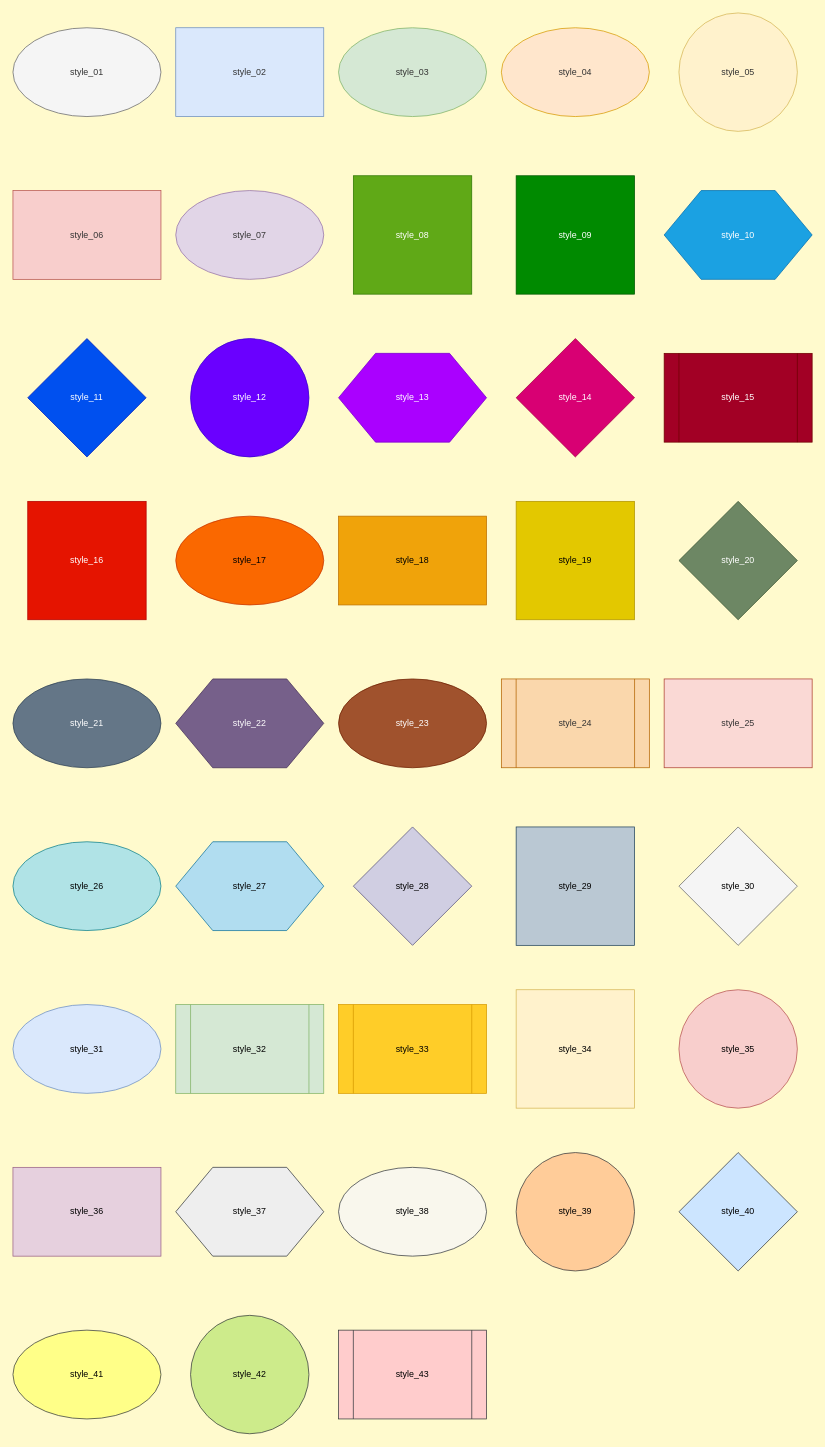
Earlier version of the draw.io diagram spec/.samples/drawio/25-themes.drawio (klueless-io/drawio_dsl). Source tidied: cells renumbered, new cells numbered last; positions are measured from the earlier drawing's top-left corner, leaving out a move shared by most shapes. Both pictures are drawn from the tidied source at 74%, with x=0, y=0 at pixel (13, 13).
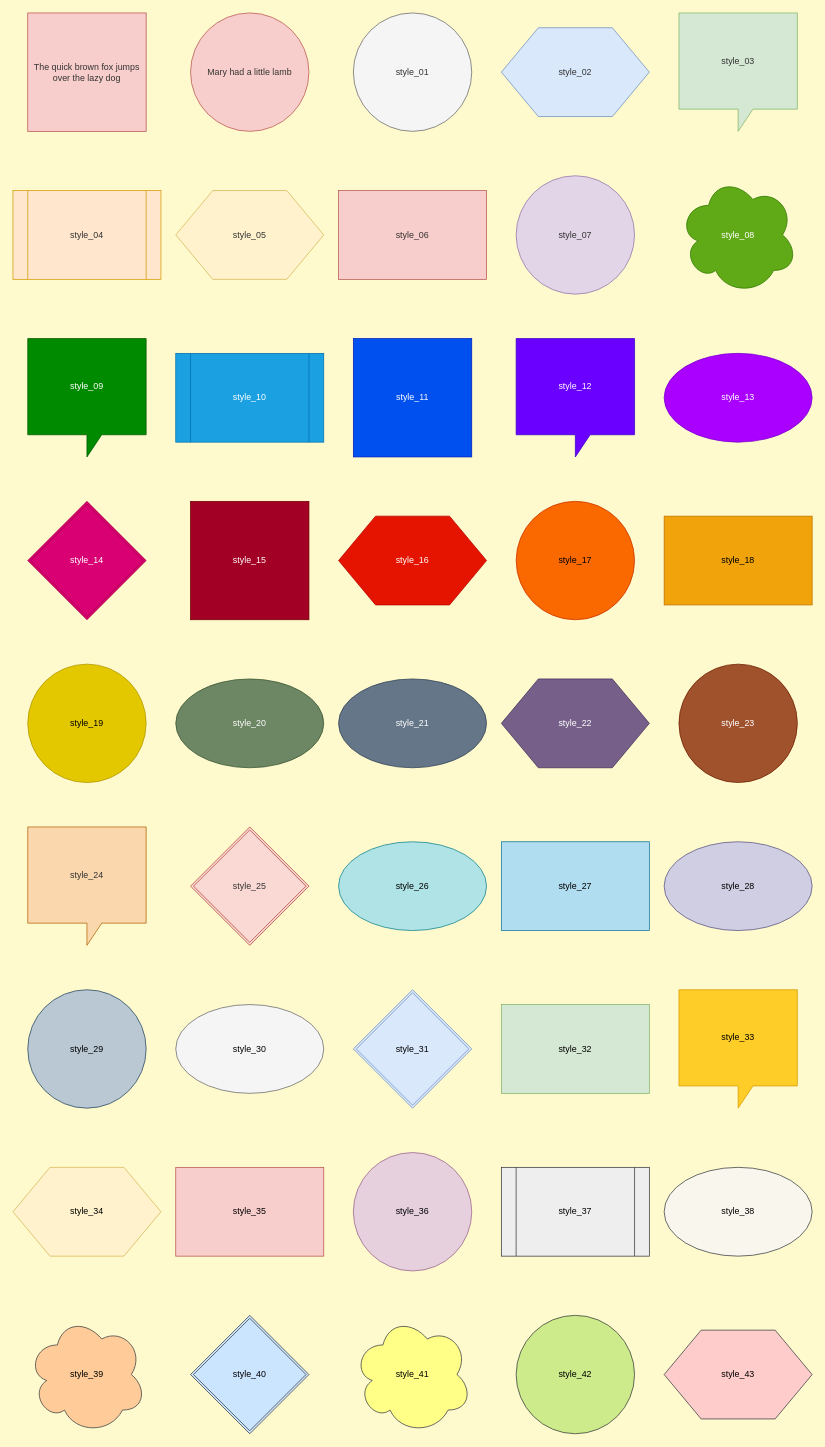
The same diagram, later.

Change to the diagram source:
```diff
@@
-    <mxCell id="0" />
-    <mxCell id="1" parent="0" />
+    <mxCell id="45" />
+    <mxCell id="46" parent="45" />
+    <mxCell id="47" value="The quick brown fox jumps over the lazy dog" style="whiteSpace=wrap;html=1;fillColor=#f8cecc;strokeColor=#b85450;fontColor=#333333;" parent="46" vertex="1">
+      <mxGeometry x="20" width="160" height="160" as="geometry" />
+    </mxCell>
+    <mxCell id="48" value="Mary had a little lamb" style="double=1;ellipse;whiteSpace=wrap;html=1;fillColor=#f8cecc;strokeColor=#b85450;fontColor=#333333;" parent="46" vertex="1">
+      <mxGeometry x="240" width="160" height="160" as="geometry" />
+    </mxCell>
-    <mxCell id="2" value="style_01" style="ellipse;whiteSpace=wrap;html=1;fillColor=#f5f5f5;strokeColor=#666666;fontColor=#333333;" parent="1" vertex="1">
-      <mxGeometry y="20" width="200" height="120" as="geometry" />
+    <mxCell id="2" value="style_01" style="double=1;ellipse;whiteSpace=wrap;html=1;fillColor=#f5f5f5;strokeColor=#666666;fontColor=#333333;" parent="46" vertex="1">
+      <mxGeometry x="460" width="160" height="160" as="geometry" />
     </mxCell>
-    <mxCell id="3" value="style_02" style="whiteSpace=wrap;html=1;fillColor=#dae8fc;strokeColor=#6c8ebf;fontColor=#333333;" parent="1" vertex="1">
-      <mxGeometry x="220" y="20" width="200" height="120" as="geometry" />
+    <mxCell id="3" value="style_02" style="double=1;shape=hexagon;whiteSpace=wrap;html=1;fillColor=#dae8fc;strokeColor=#6c8ebf;fontColor=#333333;" parent="46" vertex="1">
+      <mxGeometry x="660" y="20" width="200" height="120" as="geometry" />
     </mxCell>
-    <mxCell id="4" value="style_03" style="ellipse;whiteSpace=wrap;html=1;fillColor=#d5e8d4;strokeColor=#82b366;fontColor=#333333;" parent="1" vertex="1">
-      <mxGeometry x="440" y="20" width="200" height="120" as="geometry" />
+    <mxCell id="4" value="style_03" style="double=1;shape=callout;whiteSpace=wrap;html=1;fillColor=#d5e8d4;strokeColor=#82b366;fontColor=#333333;" parent="46" vertex="1">
+      <mxGeometry x="900" width="160" height="160" as="geometry" />
     </mxCell>
-    <mxCell id="5" value="style_04" style="ellipse;whiteSpace=wrap;html=1;fillColor=#ffe6cc;strokeColor=#d79b00;fontColor=#333333;" parent="1" vertex="1">
-      <mxGeometry x="660" y="20" width="200" height="120" as="geometry" />
+    <mxCell id="5" value="style_04" style="double=1;shape=process;whiteSpace=wrap;html=1;fillColor=#ffe6cc;strokeColor=#d79b00;fontColor=#333333;" parent="46" vertex="1">
+      <mxGeometry y="240" width="200" height="120" as="geometry" />
     </mxCell>
-    <mxCell id="6" value="style_05" style="ellipse;whiteSpace=wrap;html=1;fillColor=#fff2cc;strokeColor=#d6b656;fontColor=#333333;" parent="1" vertex="1">
-      <mxGeometry x="900" width="160" height="160" as="geometry" />
+    <mxCell id="6" value="style_05" style="double=1;shape=hexagon;whiteSpace=wrap;html=1;fillColor=#fff2cc;strokeColor=#d6b656;fontColor=#333333;" parent="46" vertex="1">
+      <mxGeometry x="220" y="240" width="200" height="120" as="geometry" />
     </mxCell>
-    <mxCell id="7" value="style_06" style="whiteSpace=wrap;html=1;fillColor=#f8cecc;strokeColor=#b85450;fontColor=#333333;" parent="1" vertex="1">
-      <mxGeometry y="240" width="200" height="120" as="geometry" />
+    <mxCell id="7" value="style_06" style="whiteSpace=wrap;html=1;fillColor=#f8cecc;strokeColor=#b85450;fontColor=#333333;" parent="46" vertex="1">
+      <mxGeometry x="440" y="240" width="200" height="120" as="geometry" />
     </mxCell>
-    <mxCell id="8" value="style_07" style="ellipse;whiteSpace=wrap;html=1;fillColor=#e1d5e7;strokeColor=#9673a6;fontColor=#333333;" parent="1" vertex="1">
-      <mxGeometry x="220" y="240" width="200" height="120" as="geometry" />
+    <mxCell id="8" value="style_07" style="double=1;ellipse;whiteSpace=wrap;html=1;fillColor=#e1d5e7;strokeColor=#9673a6;fontColor=#333333;" parent="46" vertex="1">
+      <mxGeometry x="680" y="220" width="160" height="160" as="geometry" />
     </mxCell>
-    <mxCell id="9" value="style_08" style="whiteSpace=wrap;html=1;fillColor=#60a917;strokeColor=#2D7600;fontColor=#ffffff;" parent="1" vertex="1">
-      <mxGeometry x="460" y="220" width="160" height="160" as="geometry" />
+    <mxCell id="9" value="style_08" style="double=1;shape=cloud;whiteSpace=wrap;html=1;fillColor=#60a917;strokeColor=#2D7600;fontColor=#ffffff;" parent="46" vertex="1">
+      <mxGeometry x="900" y="220" width="160" height="160" as="geometry" />
     </mxCell>
-    <mxCell id="10" value="style_09" style="whiteSpace=wrap;html=1;fillColor=#008a00;strokeColor=#005700;fontColor=#ffffff;" parent="1" vertex="1">
-      <mxGeometry x="680" y="220" width="160" height="160" as="geometry" />
+    <mxCell id="10" value="style_09" style="double=1;shape=callout;whiteSpace=wrap;html=1;fillColor=#008a00;strokeColor=#005700;fontColor=#ffffff;" parent="46" vertex="1">
+      <mxGeometry x="20" y="440" width="160" height="160" as="geometry" />
     </mxCell>
-    <mxCell id="11" value="style_10" style="shape=hexagon;whiteSpace=wrap;html=1;fillColor=#1ba1e2;strokeColor=#006EAF;fontColor=#ffffff;" parent="1" vertex="1">
-      <mxGeometry x="880" y="240" width="200" height="120" as="geometry" />
+    <mxCell id="11" value="style_10" style="double=1;shape=process;whiteSpace=wrap;html=1;fillColor=#1ba1e2;strokeColor=#006EAF;fontColor=#ffffff;" parent="46" vertex="1">
+      <mxGeometry x="220" y="460" width="200" height="120" as="geometry" />
     </mxCell>
-    <mxCell id="12" value="style_11" style="rhombus;whiteSpace=wrap;html=1;fillColor=#0050ef;strokeColor=#001DBC;fontColor=#ffffff;" parent="1" vertex="1">
-      <mxGeometry x="20" y="440" width="160" height="160" as="geometry" />
+    <mxCell id="12" value="style_11" style="whiteSpace=wrap;html=1;fillColor=#0050ef;strokeColor=#001DBC;fontColor=#ffffff;" parent="46" vertex="1">
+      <mxGeometry x="460" y="440" width="160" height="160" as="geometry" />
     </mxCell>
-    <mxCell id="13" value="style_12" style="ellipse;whiteSpace=wrap;html=1;fillColor=#6a00ff;strokeColor=#3700CC;fontColor=#ffffff;" parent="1" vertex="1">
-      <mxGeometry x="240" y="440" width="160" height="160" as="geometry" />
+    <mxCell id="13" value="style_12" style="double=1;shape=callout;whiteSpace=wrap;html=1;fillColor=#6a00ff;strokeColor=#3700CC;fontColor=#ffffff;" parent="46" vertex="1">
+      <mxGeometry x="680" y="440" width="160" height="160" as="geometry" />
     </mxCell>
-    <mxCell id="14" value="style_13" style="shape=hexagon;whiteSpace=wrap;html=1;fillColor=#aa00ff;strokeColor=#7700CC;fontColor=#ffffff;" parent="1" vertex="1">
-      <mxGeometry x="440" y="460" width="200" height="120" as="geometry" />
+    <mxCell id="14" value="style_13" style="double=1;ellipse;whiteSpace=wrap;html=1;fillColor=#aa00ff;strokeColor=#7700CC;fontColor=#ffffff;" parent="46" vertex="1">
+      <mxGeometry x="880" y="460" width="200" height="120" as="geometry" />
     </mxCell>
-    <mxCell id="15" value="style_14" style="rhombus;whiteSpace=wrap;html=1;fillColor=#d80073;strokeColor=#A50040;fontColor=#ffffff;" parent="1" vertex="1">
-      <mxGeometry x="680" y="440" width="160" height="160" as="geometry" />
+    <mxCell id="15" value="style_14" style="double=1;rhombus;whiteSpace=wrap;html=1;fillColor=#d80073;strokeColor=#A50040;fontColor=#ffffff;" parent="46" vertex="1">
+      <mxGeometry x="20" y="660" width="160" height="160" as="geometry" />
     </mxCell>
-    <mxCell id="16" value="style_15" style="shape=process;whiteSpace=wrap;html=1;fillColor=#a20025;strokeColor=#6F0000;fontColor=#ffffff;" parent="1" vertex="1">
-      <mxGeometry x="880" y="460" width="200" height="120" as="geometry" />
+    <mxCell id="16" value="style_15" style="whiteSpace=wrap;html=1;fillColor=#a20025;strokeColor=#6F0000;fontColor=#ffffff;" parent="46" vertex="1">
+      <mxGeometry x="240" y="660" width="160" height="160" as="geometry" />
     </mxCell>
-    <mxCell id="17" value="style_16" style="whiteSpace=wrap;html=1;fillColor=#e51400;strokeColor=#B20000;fontColor=#ffffff;" parent="1" vertex="1">
-      <mxGeometry x="20" y="660" width="160" height="160" as="geometry" />
+    <mxCell id="17" value="style_16" style="double=1;shape=hexagon;whiteSpace=wrap;html=1;fillColor=#e51400;strokeColor=#B20000;fontColor=#ffffff;" parent="46" vertex="1">
+      <mxGeometry x="440" y="680" width="200" height="120" as="geometry" />
     </mxCell>
-    <mxCell id="18" value="style_17" style="ellipse;whiteSpace=wrap;html=1;fillColor=#fa6800;strokeColor=#C73500;fontColor=#000000;" parent="1" vertex="1">
-      <mxGeometry x="220" y="680" width="200" height="120" as="geometry" />
+    <mxCell id="18" value="style_17" style="double=1;ellipse;whiteSpace=wrap;html=1;fillColor=#fa6800;strokeColor=#C73500;fontColor=#000000;" parent="46" vertex="1">
+      <mxGeometry x="680" y="660" width="160" height="160" as="geometry" />
     </mxCell>
-    <mxCell id="19" value="style_18" style="whiteSpace=wrap;html=1;fillColor=#f0a30a;strokeColor=#BD7000;fontColor=#000000;" parent="1" vertex="1">
-      <mxGeometry x="440" y="680" width="200" height="120" as="geometry" />
+    <mxCell id="19" value="style_18" style="whiteSpace=wrap;html=1;fillColor=#f0a30a;strokeColor=#BD7000;fontColor=#000000;" parent="46" vertex="1">
+      <mxGeometry x="880" y="680" width="200" height="120" as="geometry" />
     </mxCell>
-    <mxCell id="20" value="style_19" style="whiteSpace=wrap;html=1;fillColor=#e3c800;strokeColor=#B09500;fontColor=#000000;" parent="1" vertex="1">
-      <mxGeometry x="680" y="660" width="160" height="160" as="geometry" />
+    <mxCell id="20" value="style_19" style="double=1;ellipse;whiteSpace=wrap;html=1;fillColor=#e3c800;strokeColor=#B09500;fontColor=#000000;" parent="46" vertex="1">
+      <mxGeometry x="20" y="880" width="160" height="160" as="geometry" />
     </mxCell>
-    <mxCell id="21" value="style_20" style="rhombus;whiteSpace=wrap;html=1;fillColor=#6d8764;strokeColor=#3A5431;fontColor=#ffffff;" parent="1" vertex="1">
-      <mxGeometry x="900" y="660" width="160" height="160" as="geometry" />
+    <mxCell id="21" value="style_20" style="double=1;ellipse;whiteSpace=wrap;html=1;fillColor=#6d8764;strokeColor=#3A5431;fontColor=#ffffff;" parent="46" vertex="1">
+      <mxGeometry x="220" y="900" width="200" height="120" as="geometry" />
     </mxCell>
-    <mxCell id="22" value="style_21" style="ellipse;whiteSpace=wrap;html=1;fillColor=#647687;strokeColor=#314354;fontColor=#ffffff;" parent="1" vertex="1">
-      <mxGeometry y="900" width="200" height="120" as="geometry" />
+    <mxCell id="22" value="style_21" style="double=1;ellipse;whiteSpace=wrap;html=1;fillColor=#647687;strokeColor=#314354;fontColor=#ffffff;" parent="46" vertex="1">
+      <mxGeometry x="440" y="900" width="200" height="120" as="geometry" />
     </mxCell>
-    <mxCell id="23" value="style_22" style="shape=hexagon;whiteSpace=wrap;html=1;fillColor=#76608a;strokeColor=#432D57;fontColor=#ffffff;" parent="1" vertex="1">
-      <mxGeometry x="220" y="900" width="200" height="120" as="geometry" />
+    <mxCell id="23" value="style_22" style="double=1;shape=hexagon;whiteSpace=wrap;html=1;fillColor=#76608a;strokeColor=#432D57;fontColor=#ffffff;" parent="46" vertex="1">
+      <mxGeometry x="660" y="900" width="200" height="120" as="geometry" />
     </mxCell>
-    <mxCell id="24" value="style_23" style="ellipse;whiteSpace=wrap;html=1;fillColor=#a0522d;strokeColor=#6D1F00;fontColor=#ffffff;" parent="1" vertex="1">
-      <mxGeometry x="440" y="900" width="200" height="120" as="geometry" />
+    <mxCell id="24" value="style_23" style="double=1;ellipse;whiteSpace=wrap;html=1;fillColor=#a0522d;strokeColor=#6D1F00;fontColor=#ffffff;" parent="46" vertex="1">
+      <mxGeometry x="900" y="880" width="160" height="160" as="geometry" />
     </mxCell>
-    <mxCell id="25" value="style_24" style="shape=process;whiteSpace=wrap;html=1;fillColor=#fad7ac;strokeColor=#b46504;fontColor=#333333;" parent="1" vertex="1">
-      <mxGeometry x="660" y="900" width="200" height="120" as="geometry" />
+    <mxCell id="25" value="style_24" style="double=1;shape=callout;whiteSpace=wrap;html=1;fillColor=#fad7ac;strokeColor=#b46504;fontColor=#333333;" parent="46" vertex="1">
+      <mxGeometry x="20" y="1100" width="160" height="160" as="geometry" />
     </mxCell>
-    <mxCell id="26" value="style_25" style="whiteSpace=wrap;html=1;fillColor=#fad9d5;strokeColor=#ae4132;fontColor=#333333;" parent="1" vertex="1">
-      <mxGeometry x="880" y="900" width="200" height="120" as="geometry" />
+    <mxCell id="26" value="style_25" style="double=1;rhombus;whiteSpace=wrap;html=1;fillColor=#fad9d5;strokeColor=#ae4132;fontColor=#333333;" parent="46" vertex="1">
+      <mxGeometry x="240" y="1100" width="160" height="160" as="geometry" />
     </mxCell>
-    <mxCell id="27" value="style_26" style="ellipse;whiteSpace=wrap;html=1;fillColor=#b0e3e6;strokeColor=#0e8088;fontColor=#000000;" parent="1" vertex="1">
-      <mxGeometry y="1120" width="200" height="120" as="geometry" />
+    <mxCell id="27" value="style_26" style="double=1;ellipse;whiteSpace=wrap;html=1;fillColor=#b0e3e6;strokeColor=#0e8088;fontColor=#000000;" parent="46" vertex="1">
+      <mxGeometry x="440" y="1120" width="200" height="120" as="geometry" />
     </mxCell>
-    <mxCell id="28" value="style_27" style="shape=hexagon;whiteSpace=wrap;html=1;fillColor=#b1ddf0;strokeColor=#10739e;fontColor=#000000;" parent="1" vertex="1">
-      <mxGeometry x="220" y="1120" width="200" height="120" as="geometry" />
+    <mxCell id="28" value="style_27" style="whiteSpace=wrap;html=1;fillColor=#b1ddf0;strokeColor=#10739e;fontColor=#000000;" parent="46" vertex="1">
+      <mxGeometry x="660" y="1120" width="200" height="120" as="geometry" />
     </mxCell>
-    <mxCell id="29" value="style_28" style="rhombus;whiteSpace=wrap;html=1;fillColor=#d0cee2;strokeColor=#56517e;fontColor=#000000;" parent="1" vertex="1">
-      <mxGeometry x="460" y="1100" width="160" height="160" as="geometry" />
+    <mxCell id="29" value="style_28" style="double=1;ellipse;whiteSpace=wrap;html=1;fillColor=#d0cee2;strokeColor=#56517e;fontColor=#000000;" parent="46" vertex="1">
+      <mxGeometry x="880" y="1120" width="200" height="120" as="geometry" />
     </mxCell>
-    <mxCell id="30" value="style_29" style="whiteSpace=wrap;html=1;fillColor=#bac8d3;strokeColor=#23445d;fontColor=#000000;" parent="1" vertex="1">
-      <mxGeometry x="680" y="1100" width="160" height="160" as="geometry" />
+    <mxCell id="30" value="style_29" style="double=1;ellipse;whiteSpace=wrap;html=1;fillColor=#bac8d3;strokeColor=#23445d;fontColor=#000000;" parent="46" vertex="1">
+      <mxGeometry x="20" y="1320" width="160" height="160" as="geometry" />
     </mxCell>
-    <mxCell id="31" value="style_30" style="rhombus;whiteSpace=wrap;html=1;fillColor=#f5f5f5;strokeColor=#666666;fontColor=#000000;gradient=#b3b3b3;" parent="1" vertex="1">
-      <mxGeometry x="900" y="1100" width="160" height="160" as="geometry" />
+    <mxCell id="31" value="style_30" style="double=1;ellipse;whiteSpace=wrap;html=1;fillColor=#f5f5f5;strokeColor=#666666;fontColor=#000000;gradient=#b3b3b3;" parent="46" vertex="1">
+      <mxGeometry x="220" y="1340" width="200" height="120" as="geometry" />
     </mxCell>
-    <mxCell id="32" value="style_31" style="ellipse;whiteSpace=wrap;html=1;fillColor=#dae8fc;strokeColor=#6c8ebf;fontColor=#000000;gradient=#7ea6e0;" parent="1" vertex="1">
-      <mxGeometry y="1340" width="200" height="120" as="geometry" />
+    <mxCell id="32" value="style_31" style="double=1;rhombus;whiteSpace=wrap;html=1;fillColor=#dae8fc;strokeColor=#6c8ebf;fontColor=#000000;gradient=#7ea6e0;" parent="46" vertex="1">
+      <mxGeometry x="460" y="1320" width="160" height="160" as="geometry" />
     </mxCell>
-    <mxCell id="33" value="style_32" style="shape=process;whiteSpace=wrap;html=1;fillColor=#d5e8d4;strokeColor=#82b366;fontColor=#000000;gradient=#97d077;" parent="1" vertex="1">
-      <mxGeometry x="220" y="1340" width="200" height="120" as="geometry" />
+    <mxCell id="33" value="style_32" style="whiteSpace=wrap;html=1;fillColor=#d5e8d4;strokeColor=#82b366;fontColor=#000000;gradient=#97d077;" parent="46" vertex="1">
+      <mxGeometry x="660" y="1340" width="200" height="120" as="geometry" />
     </mxCell>
-    <mxCell id="34" value="style_33" style="shape=process;whiteSpace=wrap;html=1;fillColor=#ffcd28;strokeColor=#d79b00;fontColor=#000000;gradient=#ffa500;" parent="1" vertex="1">
-      <mxGeometry x="440" y="1340" width="200" height="120" as="geometry" />
+    <mxCell id="34" value="style_33" style="double=1;shape=callout;whiteSpace=wrap;html=1;fillColor=#ffcd28;strokeColor=#d79b00;fontColor=#000000;gradient=#ffa500;" parent="46" vertex="1">
+      <mxGeometry x="900" y="1320" width="160" height="160" as="geometry" />
     </mxCell>
-    <mxCell id="35" value="style_34" style="whiteSpace=wrap;html=1;fillColor=#fff2cc;strokeColor=#d6b656;fontColor=#000000;gradient=#ffd966;" parent="1" vertex="1">
-      <mxGeometry x="680" y="1320" width="160" height="160" as="geometry" />
+    <mxCell id="35" value="style_34" style="double=1;shape=hexagon;whiteSpace=wrap;html=1;fillColor=#fff2cc;strokeColor=#d6b656;fontColor=#000000;gradient=#ffd966;" parent="46" vertex="1">
+      <mxGeometry y="1560" width="200" height="120" as="geometry" />
     </mxCell>
-    <mxCell id="36" value="style_35" style="ellipse;whiteSpace=wrap;html=1;fillColor=#f8cecc;strokeColor=#b85450;fontColor=#000000;gradient=#ea6b66;" parent="1" vertex="1">
-      <mxGeometry x="900" y="1320" width="160" height="160" as="geometry" />
+    <mxCell id="36" value="style_35" style="whiteSpace=wrap;html=1;fillColor=#f8cecc;strokeColor=#b85450;fontColor=#000000;gradient=#ea6b66;" parent="46" vertex="1">
+      <mxGeometry x="220" y="1560" width="200" height="120" as="geometry" />
     </mxCell>
-    <mxCell id="37" value="style_36" style="whiteSpace=wrap;html=1;fillColor=#e6d0de;strokeColor=#996185;fontColor=#000000;gradient=#d5739d;" parent="1" vertex="1">
-      <mxGeometry y="1560" width="200" height="120" as="geometry" />
+    <mxCell id="37" value="style_36" style="double=1;ellipse;whiteSpace=wrap;html=1;fillColor=#e6d0de;strokeColor=#996185;fontColor=#000000;gradient=#d5739d;" parent="46" vertex="1">
+      <mxGeometry x="460" y="1540" width="160" height="160" as="geometry" />
     </mxCell>
-    <mxCell id="38" value="style_37" style="shape=hexagon;whiteSpace=wrap;html=1;fillColor=#eeeeee;strokeColor=#36393d;fontColor=#000000;" parent="1" vertex="1">
-      <mxGeometry x="220" y="1560" width="200" height="120" as="geometry" />
+    <mxCell id="38" value="style_37" style="double=1;shape=process;whiteSpace=wrap;html=1;fillColor=#eeeeee;strokeColor=#36393d;fontColor=#000000;" parent="46" vertex="1">
+      <mxGeometry x="660" y="1560" width="200" height="120" as="geometry" />
     </mxCell>
-    <mxCell id="39" value="style_38" style="ellipse;whiteSpace=wrap;html=1;fillColor=#f9f7ed;strokeColor=#36393d;fontColor=#000000;" parent="1" vertex="1">
-      <mxGeometry x="440" y="1560" width="200" height="120" as="geometry" />
+    <mxCell id="39" value="style_38" style="double=1;ellipse;whiteSpace=wrap;html=1;fillColor=#f9f7ed;strokeColor=#36393d;fontColor=#000000;" parent="46" vertex="1">
+      <mxGeometry x="880" y="1560" width="200" height="120" as="geometry" />
     </mxCell>
-    <mxCell id="40" value="style_39" style="ellipse;whiteSpace=wrap;html=1;fillColor=#ffcc99;strokeColor=#36393d;fontColor=#000000;" parent="1" vertex="1">
-      <mxGeometry x="680" y="1540" width="160" height="160" as="geometry" />
+    <mxCell id="40" value="style_39" style="double=1;shape=cloud;whiteSpace=wrap;html=1;fillColor=#ffcc99;strokeColor=#36393d;fontColor=#000000;" parent="46" vertex="1">
+      <mxGeometry x="20" y="1760" width="160" height="160" as="geometry" />
     </mxCell>
-    <mxCell id="41" value="style_40" style="rhombus;whiteSpace=wrap;html=1;fillColor=#cce5ff;strokeColor=#36393d;fontColor=#000000;" parent="1" vertex="1">
-      <mxGeometry x="900" y="1540" width="160" height="160" as="geometry" />
+    <mxCell id="41" value="style_40" style="double=1;rhombus;whiteSpace=wrap;html=1;fillColor=#cce5ff;strokeColor=#36393d;fontColor=#000000;" parent="46" vertex="1">
+      <mxGeometry x="240" y="1760" width="160" height="160" as="geometry" />
     </mxCell>
-    <mxCell id="42" value="style_41" style="ellipse;whiteSpace=wrap;html=1;fillColor=#ffff88;strokeColor=#36393d;fontColor=#000000;" parent="1" vertex="1">
-      <mxGeometry y="1780" width="200" height="120" as="geometry" />
+    <mxCell id="42" value="style_41" style="double=1;shape=cloud;whiteSpace=wrap;html=1;fillColor=#ffff88;strokeColor=#36393d;fontColor=#000000;" parent="46" vertex="1">
+      <mxGeometry x="460" y="1760" width="160" height="160" as="geometry" />
     </mxCell>
-    <mxCell id="43" value="style_42" style="ellipse;whiteSpace=wrap;html=1;fillColor=#cdeb8b;strokeColor=#36393d;fontColor=#000000;" parent="1" vertex="1">
-      <mxGeometry x="240" y="1760" width="160" height="160" as="geometry" />
+    <mxCell id="43" value="style_42" style="double=1;ellipse;whiteSpace=wrap;html=1;fillColor=#cdeb8b;strokeColor=#36393d;fontColor=#000000;" parent="46" vertex="1">
+      <mxGeometry x="680" y="1760" width="160" height="160" as="geometry" />
     </mxCell>
-    <mxCell id="44" value="style_43" style="shape=process;whiteSpace=wrap;html=1;fillColor=#ffcccc;strokeColor=#36393d;fontColor=#000000;" parent="1" vertex="1">
-      <mxGeometry x="440" y="1780" width="200" height="120" as="geometry" />
+    <mxCell id="44" value="style_43" style="double=1;shape=hexagon;whiteSpace=wrap;html=1;fillColor=#ffcccc;strokeColor=#36393d;fontColor=#000000;" parent="46" vertex="1">
+      <mxGeometry x="880" y="1780" width="200" height="120" as="geometry" />
     </mxCell>
```
